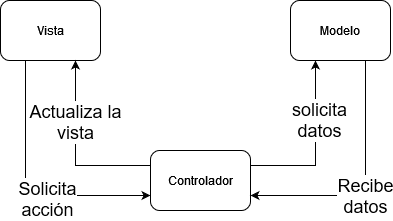
ROMthesheep/Libro-de-campo-del-iOS-developer keeps this draw.io diagram as Architecture demos/MVC/MVC.drawio.png. Above is the earlier version. Source tidied: cells renumbered, new cells last; positions are measured from the earlier drawing's top-left corner, leaving out a move shared by most shapes. Source of this version:
```xml
<mxGraphModel>
  <root>
    <mxCell id="0" />
    <mxCell id="1" parent="0" />
    <mxCell id="2" style="edgeStyle=orthogonalEdgeStyle;rounded=0;jettySize=auto;html=1;exitX=0.25;exitY=1;exitDx=0;exitDy=0;entryX=0;entryY=0.75;entryDx=0;entryDy=0;" parent="1" edge="1" source="4" target="9">
      <mxGeometry relative="1" as="geometry" />
    </mxCell>
    <mxCell id="3" value="&lt;font style=&quot;font-size: 18px;&quot;&gt;Solicita &lt;br&gt;acción&lt;br&gt;&lt;/font&gt;" style="edgeLabel;html=1;align=center;verticalAlign=middle;" parent="2" vertex="1">
      <mxGeometry x="0.2" y="-3" relative="1" as="geometry" />
    </mxCell>
    <mxCell id="4" value="Vista" style="rounded=1;whiteSpace=wrap;html=1;" parent="1" vertex="1">
      <mxGeometry width="100" height="60" as="geometry" />
    </mxCell>
    <mxCell id="5" style="edgeStyle=orthogonalEdgeStyle;rounded=0;jettySize=auto;html=1;exitX=0;exitY=0.25;exitDx=0;exitDy=0;entryX=0.75;entryY=1;entryDx=0;entryDy=0;" parent="1" edge="1" source="9" target="4">
      <mxGeometry relative="1" as="geometry" />
    </mxCell>
    <mxCell id="6" value="&lt;font style=&quot;font-size: 18px;&quot;&gt;Actualiza la&lt;br&gt;&lt;/font&gt;&lt;div style=&quot;font-size: 18px;&quot;&gt;&lt;font style=&quot;font-size: 18px;&quot;&gt;vista&lt;/font&gt;&lt;/div&gt;" style="edgeLabel;html=1;align=center;verticalAlign=middle;" parent="5" vertex="1">
      <mxGeometry x="0.33" y="1" relative="1" as="geometry" />
    </mxCell>
    <mxCell id="7" style="edgeStyle=orthogonalEdgeStyle;rounded=0;jettySize=auto;html=1;exitX=1;exitY=0.25;exitDx=0;exitDy=0;entryX=0.25;entryY=1;entryDx=0;entryDy=0;" parent="1" edge="1" source="9" target="12">
      <mxGeometry relative="1" as="geometry" />
    </mxCell>
    <mxCell id="8" value="&lt;font style=&quot;font-size: 18px;&quot;&gt;solicita&lt;br&gt;datos&lt;br&gt;&lt;/font&gt;" style="edgeLabel;html=1;align=center;verticalAlign=middle;" parent="7" vertex="1">
      <mxGeometry x="0.31" y="-3" relative="1" as="geometry" />
    </mxCell>
    <mxCell id="9" value="Controlador" style="rounded=1;whiteSpace=wrap;html=1;" parent="1" vertex="1">
      <mxGeometry x="150" y="150" width="100" height="60" as="geometry" />
    </mxCell>
    <mxCell id="10" style="edgeStyle=orthogonalEdgeStyle;rounded=0;jettySize=auto;html=1;exitX=0.75;exitY=1;exitDx=0;exitDy=0;entryX=1;entryY=0.75;entryDx=0;entryDy=0;" parent="1" edge="1" source="12" target="9">
      <mxGeometry relative="1" as="geometry" />
    </mxCell>
    <mxCell id="11" value="&lt;font style=&quot;font-size: 18px;&quot;&gt;Recibe&lt;br&gt;datos&lt;br&gt;&lt;/font&gt;" style="edgeLabel;html=1;align=center;verticalAlign=middle;" parent="10" vertex="1">
      <mxGeometry x="0.09" relative="1" as="geometry" />
    </mxCell>
    <mxCell id="12" value="&lt;div&gt;Modelo&lt;/div&gt;" style="rounded=1;whiteSpace=wrap;html=1;" parent="1" vertex="1">
      <mxGeometry x="290" width="100" height="60" as="geometry" />
    </mxCell>
  </root>
</mxGraphModel>
```
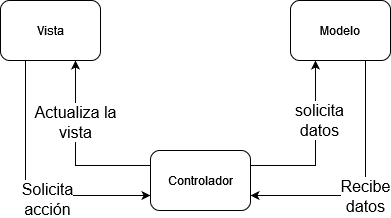
The same diagram one commit later.

What changed in the source:
```diff
@@ -5,7 +5,7 @@
     <mxCell id="2" style="edgeStyle=orthogonalEdgeStyle;rounded=0;jettySize=auto;html=1;exitX=0.25;exitY=1;exitDx=0;exitDy=0;entryX=0;entryY=0.75;entryDx=0;entryDy=0;" parent="1" edge="1" source="4" target="9">
       <mxGeometry relative="1" as="geometry" />
     </mxCell>
-    <mxCell id="3" value="&lt;font style=&quot;font-size: 18px;&quot;&gt;Solicita &lt;br&gt;acción&lt;br&gt;&lt;/font&gt;" style="edgeLabel;html=1;align=center;verticalAlign=middle;" parent="2" vertex="1">
+    <mxCell id="3" value="&lt;font style=&quot;font-size: 16px;&quot;&gt;Solicita &lt;br&gt;acción&lt;br&gt;&lt;/font&gt;" style="edgeLabel;html=1;align=center;verticalAlign=middle;" parent="2" vertex="1">
       <mxGeometry x="0.2" y="-3" relative="1" as="geometry" />
     </mxCell>
     <mxCell id="4" value="Vista" style="rounded=1;whiteSpace=wrap;html=1;" parent="1" vertex="1">
@@ -14,13 +14,13 @@
     <mxCell id="5" style="edgeStyle=orthogonalEdgeStyle;rounded=0;jettySize=auto;html=1;exitX=0;exitY=0.25;exitDx=0;exitDy=0;entryX=0.75;entryY=1;entryDx=0;entryDy=0;" parent="1" edge="1" source="9" target="4">
       <mxGeometry relative="1" as="geometry" />
     </mxCell>
-    <mxCell id="6" value="&lt;font style=&quot;font-size: 18px;&quot;&gt;Actualiza la&lt;br&gt;&lt;/font&gt;&lt;div style=&quot;font-size: 18px;&quot;&gt;&lt;font style=&quot;font-size: 18px;&quot;&gt;vista&lt;/font&gt;&lt;/div&gt;" style="edgeLabel;html=1;align=center;verticalAlign=middle;" parent="5" vertex="1">
+    <mxCell id="6" value="&lt;font style=&quot;font-size: 16px;&quot;&gt;Actualiza la&lt;br&gt;&lt;/font&gt;&lt;div style=&quot;font-size: 16px;&quot;&gt;&lt;font style=&quot;font-size: 16px;&quot;&gt;vista&lt;/font&gt;&lt;/div&gt;" style="edgeLabel;html=1;align=center;verticalAlign=middle;" parent="5" vertex="1">
       <mxGeometry x="0.33" y="1" relative="1" as="geometry" />
     </mxCell>
     <mxCell id="7" style="edgeStyle=orthogonalEdgeStyle;rounded=0;jettySize=auto;html=1;exitX=1;exitY=0.25;exitDx=0;exitDy=0;entryX=0.25;entryY=1;entryDx=0;entryDy=0;" parent="1" edge="1" source="9" target="12">
       <mxGeometry relative="1" as="geometry" />
     </mxCell>
-    <mxCell id="8" value="&lt;font style=&quot;font-size: 18px;&quot;&gt;solicita&lt;br&gt;datos&lt;br&gt;&lt;/font&gt;" style="edgeLabel;html=1;align=center;verticalAlign=middle;" parent="7" vertex="1">
+    <mxCell id="8" value="&lt;font style=&quot;font-size: 16px;&quot;&gt;solicita&lt;br&gt;datos&lt;br&gt;&lt;/font&gt;" style="edgeLabel;html=1;align=center;verticalAlign=middle;" parent="7" vertex="1">
       <mxGeometry x="0.31" y="-3" relative="1" as="geometry" />
     </mxCell>
     <mxCell id="9" value="Controlador" style="rounded=1;whiteSpace=wrap;html=1;" parent="1" vertex="1">
@@ -29,7 +29,7 @@
     <mxCell id="10" style="edgeStyle=orthogonalEdgeStyle;rounded=0;jettySize=auto;html=1;exitX=0.75;exitY=1;exitDx=0;exitDy=0;entryX=1;entryY=0.75;entryDx=0;entryDy=0;" parent="1" edge="1" source="12" target="9">
       <mxGeometry relative="1" as="geometry" />
     </mxCell>
-    <mxCell id="11" value="&lt;font style=&quot;font-size: 18px;&quot;&gt;Recibe&lt;br&gt;datos&lt;br&gt;&lt;/font&gt;" style="edgeLabel;html=1;align=center;verticalAlign=middle;" parent="10" vertex="1">
+    <mxCell id="11" value="&lt;font style=&quot;font-size: 16px;&quot;&gt;Recibe&lt;br&gt;datos&lt;br&gt;&lt;/font&gt;" style="edgeLabel;html=1;align=center;verticalAlign=middle;" parent="10" vertex="1">
       <mxGeometry x="0.09" relative="1" as="geometry" />
     </mxCell>
     <mxCell id="12" value="&lt;div&gt;Modelo&lt;/div&gt;" style="rounded=1;whiteSpace=wrap;html=1;" parent="1" vertex="1">
```
